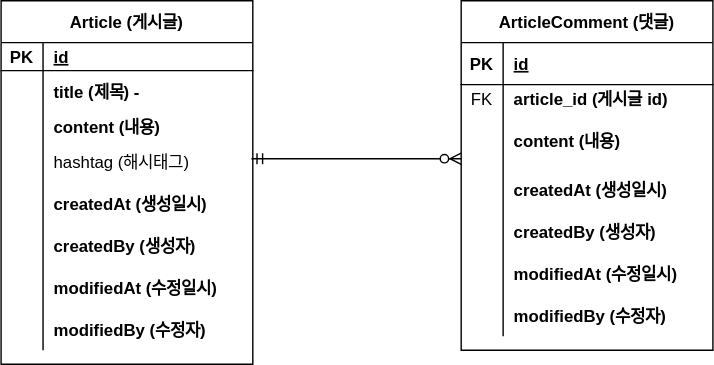
The draw.io diagram document/project-board-erd.svg in donghun93/fastcampus-project-board, before a commit. Source tidied: cells renumbered, new cells last; positions are measured from the earlier drawing's top-left corner, leaving out a move shared by most shapes.
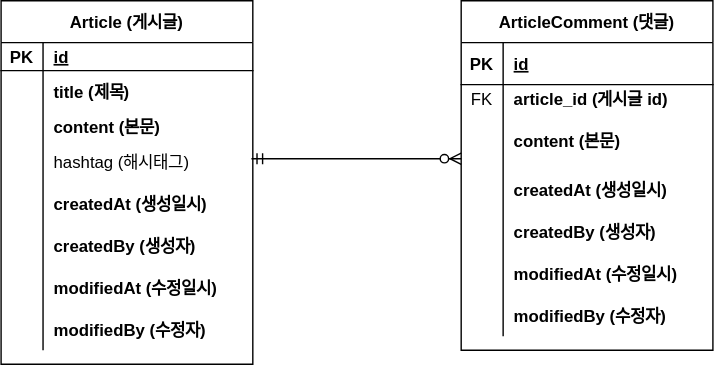
After the commit.

Commit message:
#8 - ERD 주석 업데이트

The edit, as a diff of the source:
```diff
@@ -20,7 +20,7 @@
     <mxCell id="7" style="shape=partialRectangle;fillColor=none;top=0;left=0;bottom=0;right=0;overflow=hidden;" parent="6" vertex="1">
       <mxGeometry width="30" height="30" as="geometry" />
     </mxCell>
-    <mxCell id="8" value="title (제목) - " style="shape=partialRectangle;fillColor=none;top=0;left=0;bottom=0;right=0;align=left;spacingLeft=6;overflow=hidden;fontStyle=1;" parent="6" vertex="1">
+    <mxCell id="8" value="title (제목)" style="shape=partialRectangle;fillColor=none;top=0;left=0;bottom=0;right=0;align=left;spacingLeft=6;overflow=hidden;fontStyle=1;" parent="6" vertex="1">
       <mxGeometry x="30" width="150" height="30" as="geometry" />
     </mxCell>
     <mxCell id="9" style="shape=tableRow;horizontal=0;startSize=0;swimlaneHead=0;swimlaneBody=0;fillColor=none;top=0;left=0;right=0;bottom=0;" parent="2" vertex="1">
@@ -29,7 +29,7 @@
     <mxCell id="10" style="shape=partialRectangle;fillColor=none;top=0;left=0;bottom=0;right=0;overflow=hidden;" parent="9" vertex="1">
       <mxGeometry width="30" height="20" as="geometry" />
     </mxCell>
-    <mxCell id="11" value="content (내용)" style="shape=partialRectangle;fillColor=none;top=0;left=0;bottom=0;right=0;align=left;spacingLeft=6;overflow=hidden;fontStyle=1;" parent="9" vertex="1">
+    <mxCell id="11" value="content (본문)" style="shape=partialRectangle;fillColor=none;top=0;left=0;bottom=0;right=0;align=left;spacingLeft=6;overflow=hidden;fontStyle=1;" parent="9" vertex="1">
       <mxGeometry x="30" width="150" height="20" as="geometry" />
     </mxCell>
     <mxCell id="12" style="shape=tableRow;horizontal=0;startSize=0;swimlaneHead=0;swimlaneBody=0;fillColor=none;top=0;left=0;right=0;bottom=0;" parent="2" vertex="1">
@@ -104,7 +104,7 @@
     <mxCell id="35" style="shape=partialRectangle;fillColor=none;top=0;left=0;bottom=0;right=0;overflow=hidden;" parent="34" vertex="1">
       <mxGeometry width="30" height="40" as="geometry" />
     </mxCell>
-    <mxCell id="36" value="content (내용)" style="shape=partialRectangle;fillColor=none;top=0;left=0;bottom=0;right=0;align=left;spacingLeft=6;overflow=hidden;fontStyle=1;" parent="34" vertex="1">
+    <mxCell id="36" value="content (본문)" style="shape=partialRectangle;fillColor=none;top=0;left=0;bottom=0;right=0;align=left;spacingLeft=6;overflow=hidden;fontStyle=1;" parent="34" vertex="1">
       <mxGeometry x="30" width="150" height="40" as="geometry" />
     </mxCell>
     <mxCell id="37" style="shape=tableRow;horizontal=0;startSize=0;swimlaneHead=0;swimlaneBody=0;fillColor=none;top=0;left=0;right=0;bottom=0;" parent="27" vertex="1">
```
